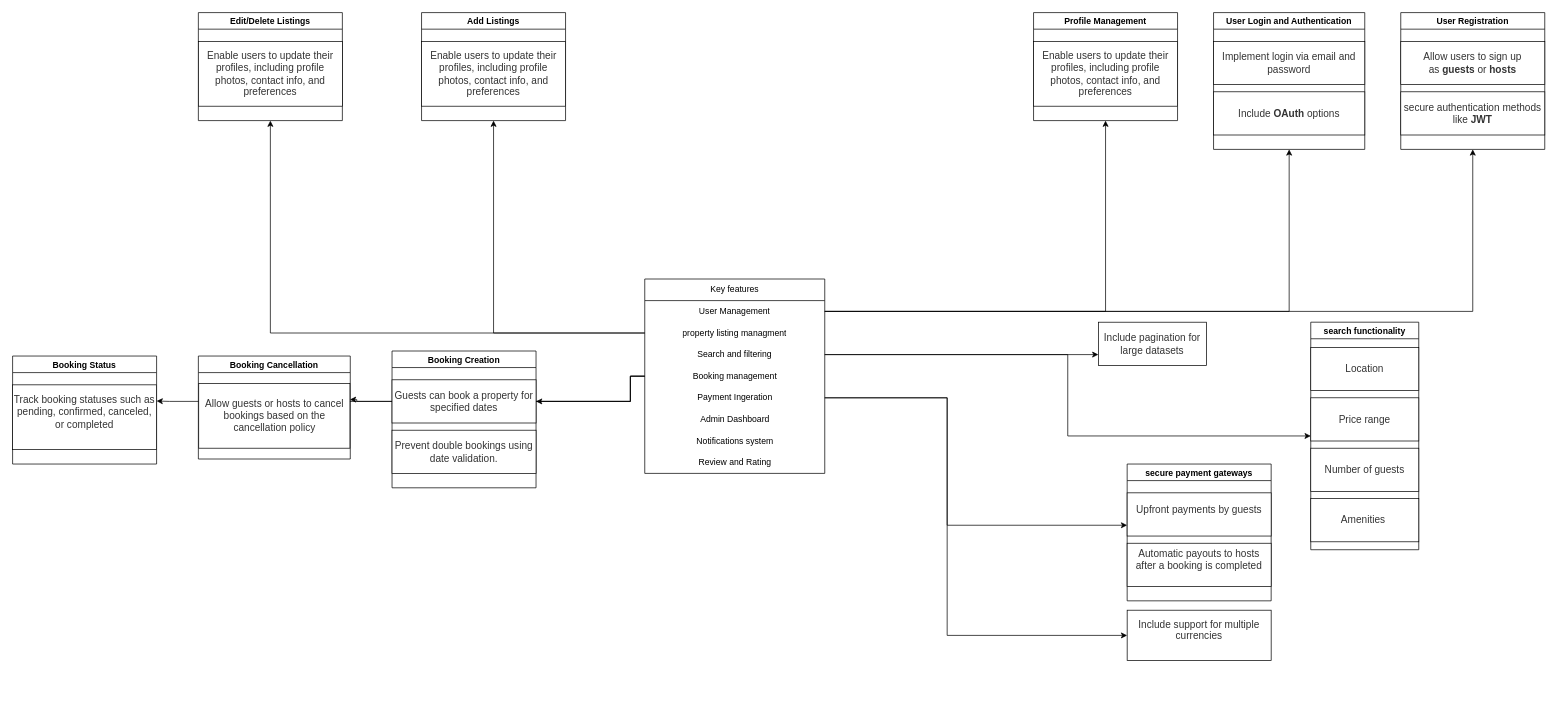
This is airBnB.drawio from Dinamow/alx-airbnb-project-documentation, a draw.io file, before an edit. Source tidied: cells renumbered, new cells numbered last; positions are measured from the earlier drawing's top-left corner, leaving out a move shared by most shapes. Both pictures are drawn from the tidied source at 72%, with x=0, y=0 at pixel (12, 12).
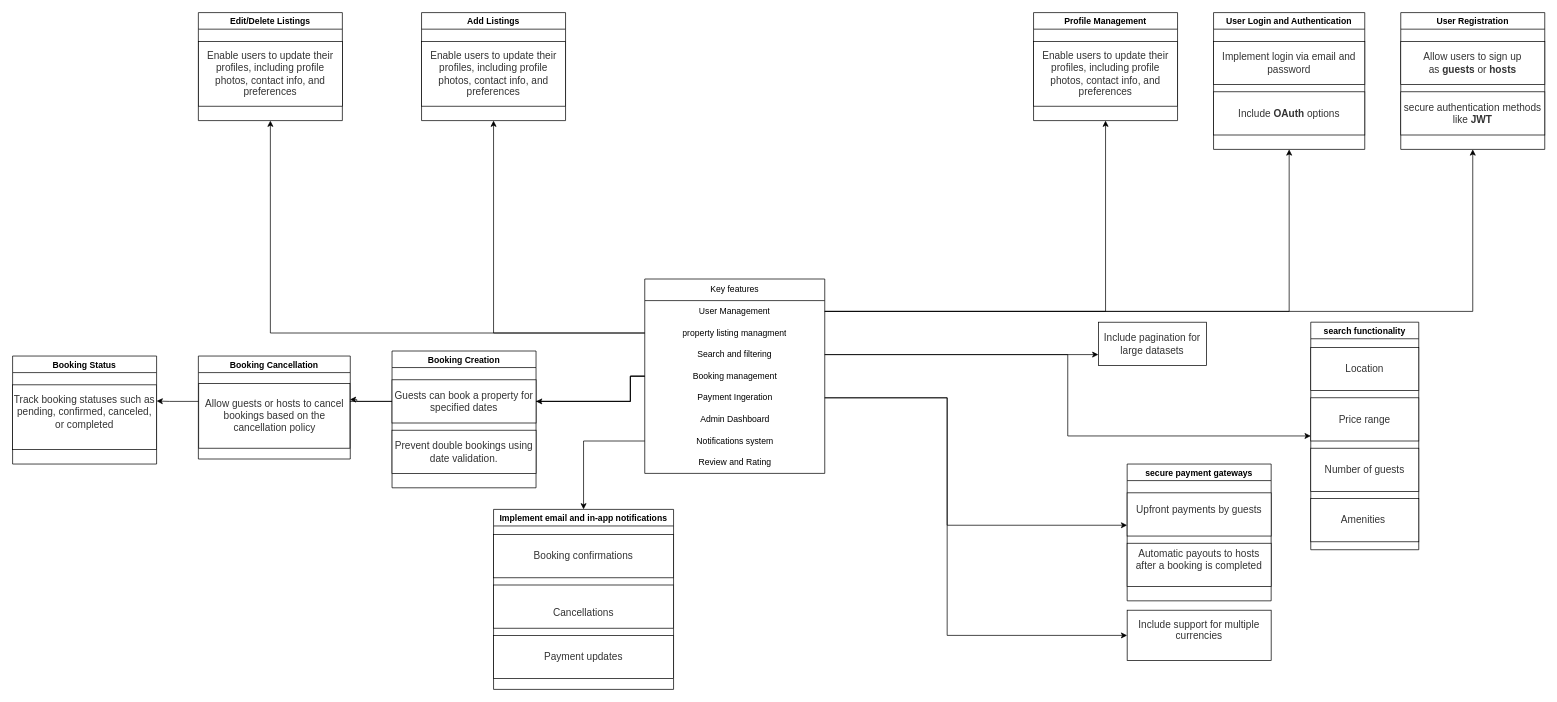
Above is the later version.

The change refers to these unchanged cells:
```xml
<mxCell id="12" value="Notifications system" style="text;html=1;align=center;verticalAlign=middle;points=[];strokeColor=none;fillColor=none;" parent="5" vertex="1">
  <mxGeometry y="210" width="250" height="30" as="geometry" />
</mxCell>
```

Change to the diagram source:
```diff
@@
+    <mxCell id="52" value="Implement email and in-app notifications" style="swimlane;" parent="1" vertex="1">
+      <mxGeometry x="668" y="690" width="250" height="250" as="geometry" />
+    </mxCell>
+    <mxCell id="53" value="&lt;span style=&quot;background-color: rgb(255, 255, 255); color: rgb(51, 51, 51); font-family: aktiv-grotesk, sans-serif; font-size: 14px; text-align: left;&quot;&gt;Booking confirmations&lt;/span&gt;" style="whiteSpace=wrap;html=1;align=center;newEdgeStyle={&quot;edgeStyle&quot;:&quot;elbowEdgeStyle&quot;,&quot;startArrow&quot;:&quot;none&quot;,&quot;endArrow&quot;:&quot;none&quot;};" parent="52" vertex="1">
+      <mxGeometry y="35" width="250" height="60" as="geometry" />
+    </mxCell>
+    <mxCell id="54" value="&lt;font face=&quot;aktiv-grotesk, sans-serif&quot; color=&quot;#333333&quot;&gt;&lt;span style=&quot;font-size: 14px;&quot;&gt;&lt;br&gt;&lt;/span&gt;&lt;/font&gt;&lt;span style=&quot;background-color: rgb(255, 255, 255); color: rgb(51, 51, 51); font-family: aktiv-grotesk, sans-serif; font-size: 14px; text-align: left;&quot;&gt;Cancellations&lt;br&gt;&lt;/span&gt;" style="whiteSpace=wrap;html=1;align=center;newEdgeStyle={&quot;edgeStyle&quot;:&quot;elbowEdgeStyle&quot;,&quot;startArrow&quot;:&quot;none&quot;,&quot;endArrow&quot;:&quot;none&quot;};" parent="52" vertex="1">
+      <mxGeometry y="105" width="250" height="60" as="geometry" />
+    </mxCell>
+    <mxCell id="55" value="&lt;br&gt;&lt;span style=&quot;background-color: rgb(255, 255, 255); color: rgb(51, 51, 51); font-family: aktiv-grotesk, sans-serif; font-size: 14px; text-align: left;&quot;&gt;Payment updates&lt;/span&gt;&lt;br&gt;&lt;div&gt;&lt;br/&gt;&lt;/div&gt;" style="whiteSpace=wrap;html=1;align=center;newEdgeStyle={&quot;edgeStyle&quot;:&quot;elbowEdgeStyle&quot;,&quot;startArrow&quot;:&quot;none&quot;,&quot;endArrow&quot;:&quot;none&quot;};" parent="52" vertex="1">
+      <mxGeometry y="175" width="250" height="60" as="geometry" />
+    </mxCell>
+    <mxCell id="56" style="edgeStyle=orthogonalEdgeStyle;rounded=0;jettySize=auto;html=1;entryX=0.5;entryY=0;entryDx=0;entryDy=0;" parent="1" edge="1" source="12" target="52">
+      <mxGeometry relative="1" as="geometry">
+        <Array as="points">
+          <mxPoint x="793" y="595" />
+        </Array>
+      </mxGeometry>
+    </mxCell>
```
